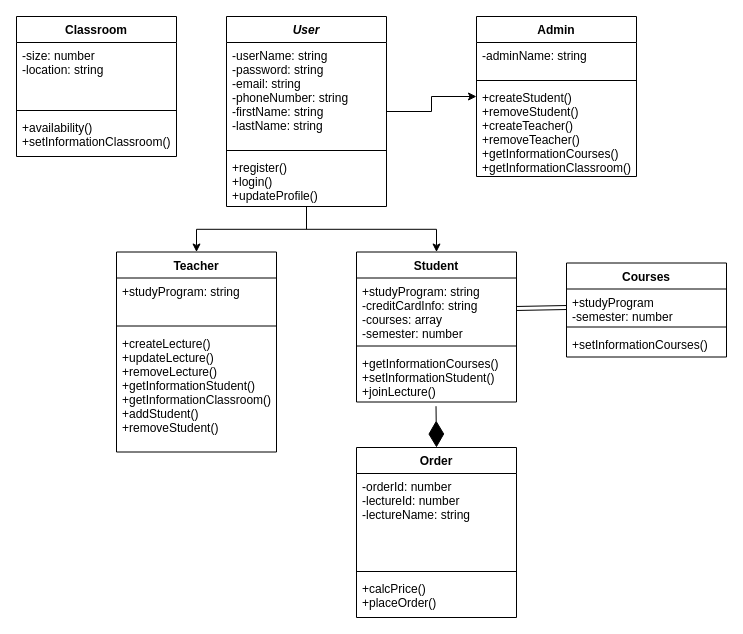
This is StudentTeach.drawio from Niklas107/Gruppeprojekt-1, a draw.io file, before an edit. Source tidied: cells renumbered, new cells numbered last; positions are measured from the earlier drawing's top-left corner, leaving out a move shared by most shapes. Both pictures are drawn from the tidied source at 100%, with x=0, y=0 at pixel (16, 16).
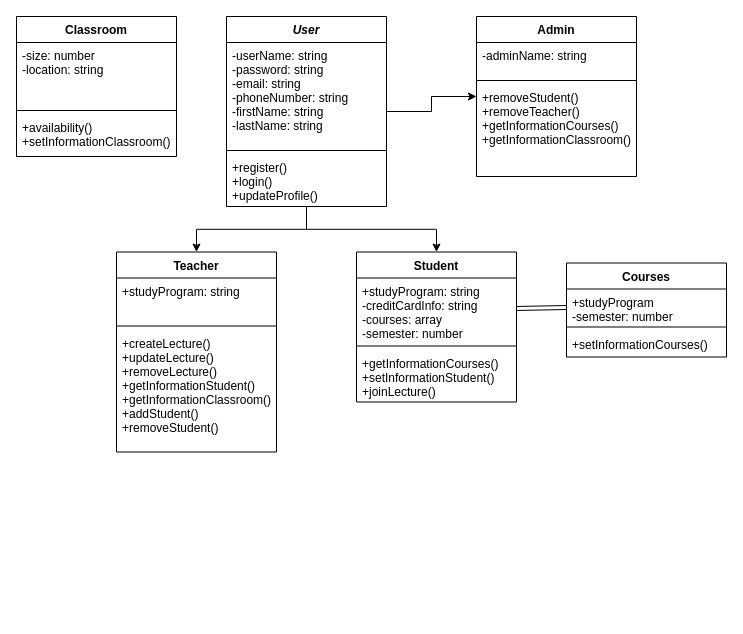
The same diagram, later.

Unchanged cells that the change refers to:
```xml
<mxCell id="9" value="Admin" style="swimlane;fontStyle=1;align=center;verticalAlign=top;horizontal=1;startSize=26;" parent="1" vertex="1">
  <mxGeometry x="460" width="160" height="160" as="geometry" />
</mxCell>
<mxCell id="20" value="+getInformationCourses()&#10;+setInformationStudent()&#10;+joinLecture()&#10;" style="text;strokeColor=none;fillColor=none;align=left;verticalAlign=top;spacingLeft=4;spacingRight=4;overflow=hidden;points=[[0,0.5],[1,0.5]];portConstraint=eastwest;" parent="17" vertex="1">
  <mxGeometry y="98" width="160" height="52" as="geometry" />
</mxCell>
```

The edit, as a diff of the source:
```diff
@@
-    <mxCell id="12" value="+createStudent()&#10;+removeStudent()&#10;+createTeacher()&#10;+removeTeacher()&#10;+getInformationCourses()&#10;+getInformationClassroom()" style="text;strokeColor=none;fillColor=none;align=left;verticalAlign=top;spacingLeft=4;spacingRight=4;overflow=hidden;" parent="9" vertex="1">
+    <mxCell id="12" value="+removeStudent()&#10;+removeTeacher()&#10;+getInformationCourses()&#10;+getInformationClassroom()" style="text;strokeColor=none;fillColor=none;align=left;verticalAlign=top;spacingLeft=4;spacingRight=4;overflow=hidden;" parent="9" vertex="1">
       <mxGeometry y="68" width="160" height="92" as="geometry" />
     </mxCell>
@@
-    <mxCell id="21" value="Order" style="swimlane;fontStyle=1;align=center;verticalAlign=top;horizontal=1;startSize=26;" parent="1" vertex="1">
-      <mxGeometry x="340" y="431" width="160" height="170" as="geometry" />
-    </mxCell>
-    <mxCell id="22" value="-orderId: number&#10;-lectureId: number&#10;-lectureName: string&#10;" style="text;strokeColor=none;fillColor=none;align=left;verticalAlign=top;spacingLeft=4;spacingRight=4;overflow=hidden;" parent="21" vertex="1">
-      <mxGeometry y="26" width="160" height="94" as="geometry" />
-    </mxCell>
-    <mxCell id="23" style="line;strokeWidth=1;fillColor=none;align=left;verticalAlign=middle;spacingTop=-1;spacingLeft=3;spacingRight=3;labelPosition=right;" parent="21" vertex="1">
-      <mxGeometry y="120" width="160" height="8" as="geometry" />
-    </mxCell>
-    <mxCell id="24" value="+calcPrice()&#10;+placeOrder()" style="text;strokeColor=none;fillColor=none;align=left;verticalAlign=top;spacingLeft=4;spacingRight=4;overflow=hidden;" parent="21" vertex="1">
-      <mxGeometry y="128" width="160" height="42" as="geometry" />
-    </mxCell>
@@
-    <mxCell id="29" style="endArrow=diamondThin;endFill=1;endSize=24;html=1;entryX=0.5;entryY=0;entryDx=0;entryDy=0;exitX=0.497;exitY=1.081;exitDx=0;exitDy=0;exitPerimeter=0;" parent="1" edge="1" source="20" target="21">
-      <mxGeometry relative="1" as="geometry" />
-    </mxCell>
```
